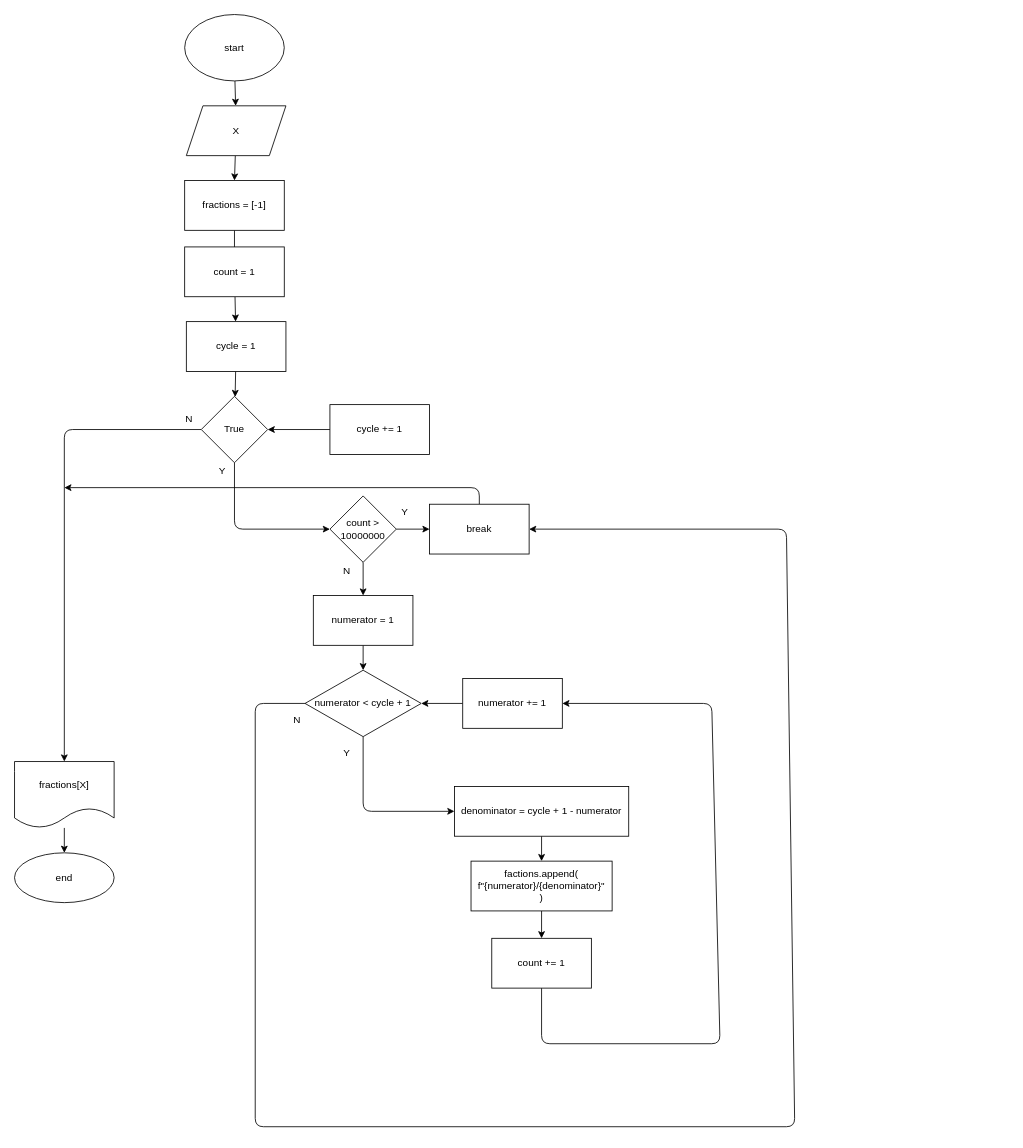
Earlier version of the draw.io diagram stage/The most wrong question/1193.drawio (Gyeongrok-Oh/boj). Source tidied: cells renumbered, new cells numbered last; positions are measured from the earlier drawing's top-left corner, leaving out a move shared by most shapes. Both pictures are drawn from the tidied source at 83%, with x=0, y=0 at pixel (14, 14).
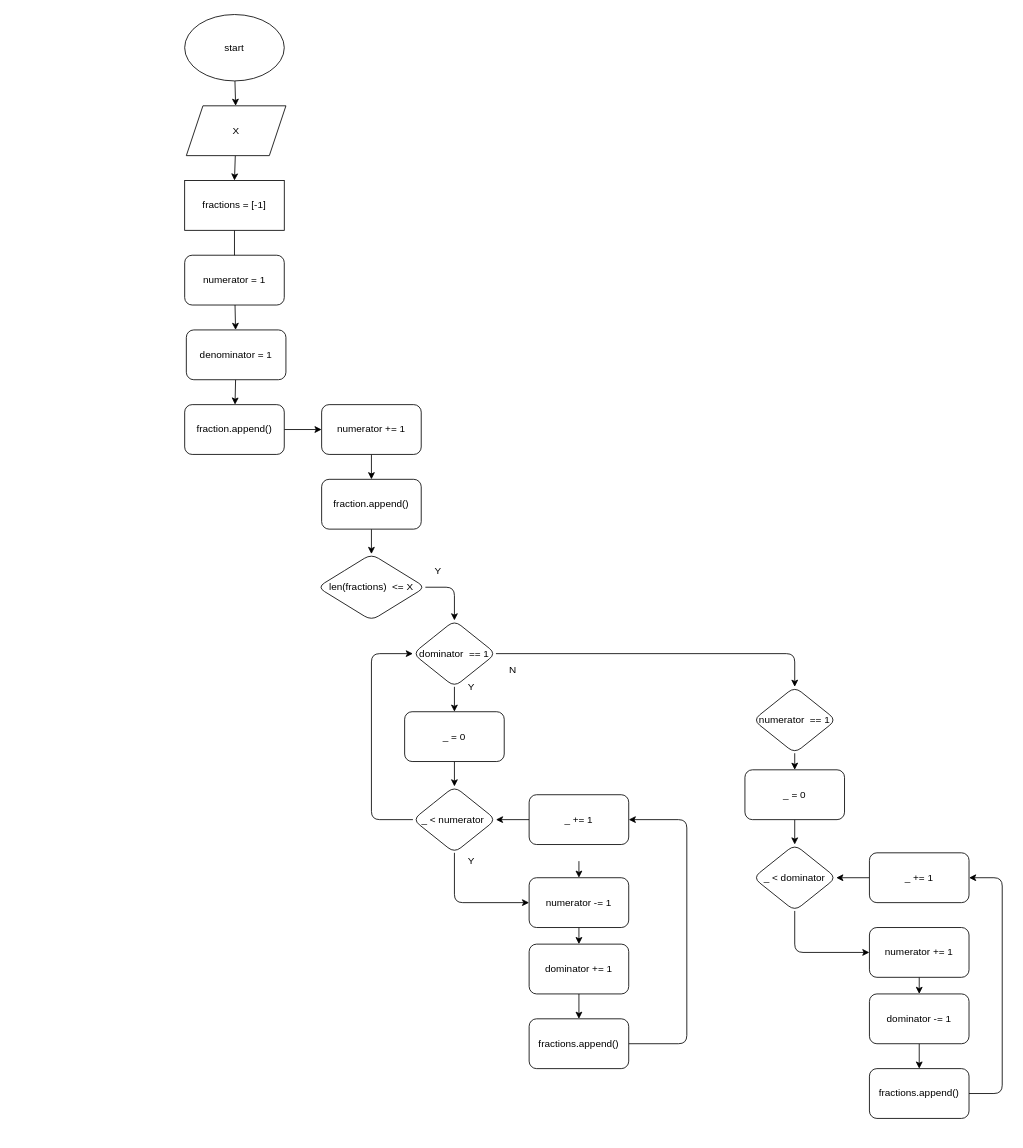
The same diagram, later.

Change to the diagram source:
```diff
@@
-    <mxCell id="6" style="edgeStyle=none;html=1;" parent="1" edge="1" source="8">
-      <mxGeometry relative="1" as="geometry">
-        <mxPoint x="380" y="620" as="targetPoint" />
-        <Array as="points">
-          <mxPoint x="265" y="620" />
-        </Array>
-      </mxGeometry>
-    </mxCell>
-    <mxCell id="7" style="edgeStyle=none;html=1;entryX=0.5;entryY=0;entryDx=0;entryDy=0;" parent="1" edge="1" source="8" target="25">
-      <mxGeometry relative="1" as="geometry">
-        <Array as="points">
-          <mxPoint x="60" y="500" />
-        </Array>
-      </mxGeometry>
-    </mxCell>
-    <mxCell id="8" value="True" style="rhombus;whiteSpace=wrap;html=1;" parent="1" vertex="1">
-      <mxGeometry x="225" y="460" width="80" height="80" as="geometry" />
-    </mxCell>
-    <mxCell id="9" style="edgeStyle=none;html=1;" parent="1" edge="1" source="10" target="8">
-      <mxGeometry relative="1" as="geometry" />
-    </mxCell>
-    <mxCell id="10" value="cycle = 1" style="whiteSpace=wrap;html=1;" parent="1" vertex="1">
-      <mxGeometry x="207" y="370" width="120" height="60" as="geometry" />
-    </mxCell>
-    <mxCell id="11" style="edgeStyle=none;html=1;" parent="1" edge="1" source="12" target="10">
-      <mxGeometry relative="1" as="geometry" />
-    </mxCell>
-    <mxCell id="12" value="count = 1" style="whiteSpace=wrap;html=1;" parent="1" vertex="1">
-      <mxGeometry x="205" y="280" width="120" height="60" as="geometry" />
-    </mxCell>
-    <mxCell id="13" style="edgeStyle=none;html=1;entryX=1;entryY=0.5;entryDx=0;entryDy=0;" parent="1" edge="1" source="14" target="8">
-      <mxGeometry relative="1" as="geometry" />
-    </mxCell>
-    <mxCell id="14" value="cycle += 1" style="whiteSpace=wrap;html=1;" parent="1" vertex="1">
-      <mxGeometry x="380" y="470" width="120" height="60" as="geometry" />
-    </mxCell>
-    <mxCell id="15" style="edgeStyle=none;html=1;" parent="1" edge="1" source="17" target="21">
-      <mxGeometry relative="1" as="geometry" />
-    </mxCell>
-    <mxCell id="16" style="edgeStyle=none;html=1;" parent="1" edge="1" source="17" target="30">
-      <mxGeometry relative="1" as="geometry" />
-    </mxCell>
-    <mxCell id="17" value="count &amp;gt; 10000000" style="rhombus;whiteSpace=wrap;html=1;" parent="1" vertex="1">
-      <mxGeometry x="380" y="580" width="80" height="80" as="geometry" />
-    </mxCell>
@@
-    <mxCell id="20" style="edgeStyle=none;html=1;" parent="1" edge="1" source="21">
-      <mxGeometry relative="1" as="geometry">
-        <mxPoint x="60" y="570" as="targetPoint" />
-        <Array as="points">
-          <mxPoint x="560" y="570" />
-        </Array>
-      </mxGeometry>
-    </mxCell>
-    <mxCell id="21" value="break" style="whiteSpace=wrap;html=1;" parent="1" vertex="1">
-      <mxGeometry x="500" y="590" width="120" height="60" as="geometry" />
-    </mxCell>
-    <mxCell id="22" value="Y" style="text;html=1;align=center;verticalAlign=middle;strokeColor=none;fillColor=none;" parent="1" vertex="1">
-      <mxGeometry x="240" y="540" width="20" height="20" as="geometry" />
-    </mxCell>
-    <mxCell id="23" value="N" style="text;html=1;align=center;verticalAlign=middle;strokeColor=none;fillColor=none;" parent="1" vertex="1">
-      <mxGeometry x="200" y="478" width="20" height="20" as="geometry" />
-    </mxCell>
-    <mxCell id="24" style="edgeStyle=none;html=1;" parent="1" edge="1" source="25" target="26">
-      <mxGeometry relative="1" as="geometry" />
-    </mxCell>
-    <mxCell id="25" value="fractions[X]" style="shape=document;whiteSpace=wrap;html=1;boundedLbl=1;" parent="1" vertex="1">
-      <mxGeometry y="900" width="120" height="80" as="geometry" />
-    </mxCell>
-    <mxCell id="26" value="end" style="ellipse;whiteSpace=wrap;html=1;" parent="1" vertex="1">
-      <mxGeometry y="1010" width="120" height="60" as="geometry" />
-    </mxCell>
-    <mxCell id="27" value="Y" style="text;html=1;align=center;verticalAlign=middle;strokeColor=none;fillColor=none;" parent="1" vertex="1">
-      <mxGeometry x="460" y="590" width="20" height="20" as="geometry" />
-    </mxCell>
-    <mxCell id="28" value="N" style="text;html=1;align=center;verticalAlign=middle;strokeColor=none;fillColor=none;" parent="1" vertex="1">
-      <mxGeometry x="390" y="660" width="20" height="20" as="geometry" />
-    </mxCell>
-    <mxCell id="29" style="edgeStyle=none;html=1;" parent="1" edge="1" source="30" target="33">
-      <mxGeometry relative="1" as="geometry" />
-    </mxCell>
-    <mxCell id="30" value="numerator = 1" style="whiteSpace=wrap;html=1;" parent="1" vertex="1">
-      <mxGeometry x="360" y="700" width="120" height="60" as="geometry" />
-    </mxCell>
-    <mxCell id="31" style="edgeStyle=none;html=1;entryX=0;entryY=0.5;entryDx=0;entryDy=0;" parent="1" edge="1" source="33" target="37">
-      <mxGeometry relative="1" as="geometry">
-        <Array as="points">
-          <mxPoint x="420" y="960" />
-        </Array>
-      </mxGeometry>
-    </mxCell>
-    <mxCell id="32" style="edgeStyle=none;html=1;entryX=1;entryY=0.5;entryDx=0;entryDy=0;" parent="1" edge="1" source="33" target="21">
-      <mxGeometry relative="1" as="geometry">
-        <Array as="points">
-          <mxPoint x="290" y="830" />
-          <mxPoint x="290" y="1340" />
-          <mxPoint x="940" y="1340" />
-          <mxPoint x="930" y="620" />
-        </Array>
-      </mxGeometry>
-    </mxCell>
-    <mxCell id="33" value="numerator &amp;lt; cycle + 1" style="rhombus;whiteSpace=wrap;html=1;" parent="1" vertex="1">
-      <mxGeometry x="350" y="790" width="140" height="80" as="geometry" />
-    </mxCell>
-    <mxCell id="34" style="edgeStyle=none;html=1;" parent="1" edge="1" source="35" target="33">
-      <mxGeometry relative="1" as="geometry" />
-    </mxCell>
-    <mxCell id="35" value="numerator += 1" style="whiteSpace=wrap;html=1;" parent="1" vertex="1">
-      <mxGeometry x="540" y="800" width="120" height="60" as="geometry" />
-    </mxCell>
-    <mxCell id="36" style="edgeStyle=none;html=1;" parent="1" edge="1" source="37" target="39">
-      <mxGeometry relative="1" as="geometry" />
-    </mxCell>
-    <mxCell id="37" value="denominator = cycle + 1 - numerator" style="whiteSpace=wrap;html=1;" parent="1" vertex="1">
-      <mxGeometry x="530" y="930" width="210" height="60" as="geometry" />
-    </mxCell>
-    <mxCell id="38" style="edgeStyle=none;html=1;" parent="1" edge="1" source="39" target="41">
-      <mxGeometry relative="1" as="geometry" />
-    </mxCell>
-    <mxCell id="39" value="factions.append(&lt;br&gt;f&quot;{numerator}/{denominator}&quot;&lt;br&gt;)" style="whiteSpace=wrap;html=1;" parent="1" vertex="1">
-      <mxGeometry x="550" y="1020" width="170" height="60" as="geometry" />
-    </mxCell>
-    <mxCell id="40" style="edgeStyle=none;html=1;entryX=1;entryY=0.5;entryDx=0;entryDy=0;" parent="1" edge="1" source="41" target="35">
-      <mxGeometry relative="1" as="geometry">
-        <Array as="points">
-          <mxPoint x="635" y="1240" />
-          <mxPoint x="850" y="1240" />
-          <mxPoint x="840" y="830" />
-        </Array>
-      </mxGeometry>
-    </mxCell>
-    <mxCell id="41" value="count += 1" style="whiteSpace=wrap;html=1;" parent="1" vertex="1">
-      <mxGeometry x="575" y="1113" width="120" height="60" as="geometry" />
-    </mxCell>
-    <mxCell id="42" value="Y" style="text;html=1;align=center;verticalAlign=middle;strokeColor=none;fillColor=none;" parent="1" vertex="1">
-      <mxGeometry x="390" y="880" width="20" height="20" as="geometry" />
-    </mxCell>
+    <mxCell id="44" style="edgeStyle=none;html=1;" parent="1" edge="1" source="43" target="46">
+      <mxGeometry relative="1" as="geometry" />
+    </mxCell>
-    <mxCell id="43" value="N" style="text;html=1;align=center;verticalAlign=middle;points=[];strokeColor=none;fillColor=none;" parent="1" vertex="1">
-      <mxGeometry x="330" y="840" width="20" height="20" as="geometry" />
+    <mxCell id="43" value="numerator = 1" style="rounded=1;whiteSpace=wrap;html=1;" parent="1" vertex="1">
+      <mxGeometry x="205" y="290" width="120" height="60" as="geometry" />
     </mxCell>
+    <mxCell id="45" style="edgeStyle=none;html=1;" parent="1" edge="1" source="46" target="48">
+      <mxGeometry relative="1" as="geometry" />
+    </mxCell>
+    <mxCell id="46" value="denominator = 1" style="whiteSpace=wrap;html=1;rounded=1;" parent="1" vertex="1">
+      <mxGeometry x="207" y="380" width="120" height="60" as="geometry" />
+    </mxCell>
+    <mxCell id="47" style="edgeStyle=none;html=1;" parent="1" edge="1" source="48" target="50">
+      <mxGeometry relative="1" as="geometry" />
+    </mxCell>
+    <mxCell id="48" value="fraction.append()" style="whiteSpace=wrap;html=1;rounded=1;" parent="1" vertex="1">
+      <mxGeometry x="205" y="470" width="120" height="60" as="geometry" />
+    </mxCell>
+    <mxCell id="49" style="edgeStyle=none;html=1;" parent="1" edge="1" source="50" target="52">
+      <mxGeometry relative="1" as="geometry" />
+    </mxCell>
+    <mxCell id="50" value="numerator += 1" style="whiteSpace=wrap;html=1;rounded=1;" parent="1" vertex="1">
+      <mxGeometry x="370" y="470" width="120" height="60" as="geometry" />
+    </mxCell>
+    <mxCell id="51" style="edgeStyle=none;html=1;" parent="1" edge="1" source="52" target="57">
+      <mxGeometry relative="1" as="geometry" />
+    </mxCell>
+    <mxCell id="52" value="fraction.append()" style="whiteSpace=wrap;html=1;rounded=1;" parent="1" vertex="1">
+      <mxGeometry x="370" y="560" width="120" height="60" as="geometry" />
+    </mxCell>
+    <mxCell id="53" style="edgeStyle=none;html=1;" parent="1" edge="1" source="55" target="66">
+      <mxGeometry relative="1" as="geometry" />
+    </mxCell>
+    <mxCell id="54" style="edgeStyle=none;html=1;" parent="1" edge="1" source="55" target="60">
+      <mxGeometry relative="1" as="geometry">
+        <Array as="points">
+          <mxPoint x="940" y="770" />
+        </Array>
+      </mxGeometry>
+    </mxCell>
+    <mxCell id="55" value="dominator&amp;nbsp; == 1" style="rhombus;whiteSpace=wrap;html=1;rounded=1;" parent="1" vertex="1">
+      <mxGeometry x="480" y="730" width="100" height="80" as="geometry" />
+    </mxCell>
+    <mxCell id="56" style="edgeStyle=none;html=1;entryX=0.5;entryY=0;entryDx=0;entryDy=0;" parent="1" edge="1" source="57" target="55">
+      <mxGeometry relative="1" as="geometry">
+        <Array as="points">
+          <mxPoint x="530" y="690" />
+        </Array>
+      </mxGeometry>
+    </mxCell>
+    <mxCell id="57" value="len(fractions)&amp;nbsp; &amp;lt;= X" style="rhombus;whiteSpace=wrap;html=1;rounded=1;" parent="1" vertex="1">
+      <mxGeometry x="365" y="650" width="130" height="80" as="geometry" />
+    </mxCell>
+    <mxCell id="58" value="Y" style="text;html=1;align=center;verticalAlign=middle;strokeColor=none;fillColor=none;" parent="1" vertex="1">
+      <mxGeometry x="500" y="660" width="20" height="20" as="geometry" />
+    </mxCell>
+    <mxCell id="59" style="edgeStyle=none;html=1;" parent="1" edge="1" source="60" target="79">
+      <mxGeometry relative="1" as="geometry" />
+    </mxCell>
+    <mxCell id="60" value="numerator&amp;nbsp; == 1" style="rhombus;whiteSpace=wrap;html=1;rounded=1;" parent="1" vertex="1">
+      <mxGeometry x="890" y="810" width="100" height="80" as="geometry" />
+    </mxCell>
+    <mxCell id="61" style="edgeStyle=none;html=1;" parent="1" edge="1" source="62" target="64">
+      <mxGeometry relative="1" as="geometry" />
+    </mxCell>
+    <mxCell id="62" value="numerator -= 1" style="whiteSpace=wrap;html=1;rounded=1;" parent="1" vertex="1">
+      <mxGeometry x="620" y="1040" width="120" height="60" as="geometry" />
+    </mxCell>
+    <mxCell id="63" style="edgeStyle=none;html=1;" parent="1" edge="1" source="64" target="74">
+      <mxGeometry relative="1" as="geometry" />
+    </mxCell>
+    <mxCell id="64" value="dominator += 1" style="whiteSpace=wrap;html=1;rounded=1;" parent="1" vertex="1">
+      <mxGeometry x="620" y="1120" width="120" height="60" as="geometry" />
+    </mxCell>
+    <mxCell id="65" style="edgeStyle=none;html=1;" parent="1" edge="1" source="66" target="70">
+      <mxGeometry relative="1" as="geometry" />
+    </mxCell>
+    <mxCell id="66" value="_ = 0" style="whiteSpace=wrap;html=1;rounded=1;" parent="1" vertex="1">
+      <mxGeometry x="470" y="840" width="120" height="60" as="geometry" />
+    </mxCell>
+    <mxCell id="67" style="edgeStyle=none;html=1;entryX=0.5;entryY=0;entryDx=0;entryDy=0;" parent="1" edge="1" target="62">
+      <mxGeometry relative="1" as="geometry">
+        <mxPoint x="680" y="1020" as="sourcePoint" />
+      </mxGeometry>
+    </mxCell>
+    <mxCell id="68" style="edgeStyle=none;html=1;entryX=0;entryY=0.5;entryDx=0;entryDy=0;" parent="1" edge="1" source="70" target="62">
+      <mxGeometry relative="1" as="geometry">
+        <Array as="points">
+          <mxPoint x="530" y="1070" />
+        </Array>
+      </mxGeometry>
+    </mxCell>
+    <mxCell id="69" style="edgeStyle=none;html=1;entryX=0;entryY=0.5;entryDx=0;entryDy=0;" parent="1" edge="1" source="70" target="55">
+      <mxGeometry relative="1" as="geometry">
+        <Array as="points">
+          <mxPoint x="430" y="970" />
+          <mxPoint x="430" y="770" />
+        </Array>
+      </mxGeometry>
+    </mxCell>
+    <mxCell id="70" value="_ &amp;lt; numerator&amp;nbsp;" style="rhombus;whiteSpace=wrap;html=1;rounded=1;" parent="1" vertex="1">
+      <mxGeometry x="480" y="930" width="100" height="80" as="geometry" />
+    </mxCell>
+    <mxCell id="71" style="edgeStyle=none;html=1;" parent="1" edge="1" source="72" target="70">
+      <mxGeometry relative="1" as="geometry" />
+    </mxCell>
+    <mxCell id="72" value="_ += 1" style="whiteSpace=wrap;html=1;rounded=1;" parent="1" vertex="1">
+      <mxGeometry x="620" y="940" width="120" height="60" as="geometry" />
+    </mxCell>
+    <mxCell id="73" style="edgeStyle=none;html=1;entryX=1;entryY=0.5;entryDx=0;entryDy=0;" parent="1" edge="1" source="74" target="72">
+      <mxGeometry relative="1" as="geometry">
+        <Array as="points">
+          <mxPoint x="810" y="1240" />
+          <mxPoint x="810" y="970" />
+        </Array>
+      </mxGeometry>
+    </mxCell>
+    <mxCell id="74" value="fractions.append()" style="whiteSpace=wrap;html=1;rounded=1;" parent="1" vertex="1">
+      <mxGeometry x="620" y="1210" width="120" height="60" as="geometry" />
+    </mxCell>
+    <mxCell id="75" value="Y" style="text;html=1;align=center;verticalAlign=middle;strokeColor=none;fillColor=none;" parent="1" vertex="1">
+      <mxGeometry x="540" y="1010" width="20" height="20" as="geometry" />
+    </mxCell>
+    <mxCell id="76" value="Y" style="text;html=1;align=center;verticalAlign=middle;strokeColor=none;fillColor=none;" parent="1" vertex="1">
+      <mxGeometry x="540" y="800" width="20" height="20" as="geometry" />
+    </mxCell>
+    <mxCell id="77" value="N" style="text;html=1;align=center;verticalAlign=middle;strokeColor=none;fillColor=none;" parent="1" vertex="1">
+      <mxGeometry x="590" y="780" width="20" height="20" as="geometry" />
+    </mxCell>
+    <mxCell id="78" style="edgeStyle=none;html=1;" parent="1" edge="1" source="79" target="81">
+      <mxGeometry relative="1" as="geometry" />
+    </mxCell>
+    <mxCell id="79" value="_ = 0" style="whiteSpace=wrap;html=1;rounded=1;" parent="1" vertex="1">
+      <mxGeometry x="880" y="910" width="120" height="60" as="geometry" />
+    </mxCell>
+    <mxCell id="80" style="edgeStyle=none;html=1;" parent="1" edge="1" source="81" target="85">
+      <mxGeometry relative="1" as="geometry">
+        <Array as="points">
+          <mxPoint x="940" y="1130" />
+        </Array>
+      </mxGeometry>
+    </mxCell>
+    <mxCell id="81" value="_ &amp;lt; dominator" style="rhombus;whiteSpace=wrap;html=1;rounded=1;" parent="1" vertex="1">
+      <mxGeometry x="890" y="1000" width="100" height="80" as="geometry" />
+    </mxCell>
+    <mxCell id="82" style="edgeStyle=none;html=1;" parent="1" edge="1" source="83" target="81">
+      <mxGeometry relative="1" as="geometry" />
+    </mxCell>
+    <mxCell id="83" value="_ += 1" style="whiteSpace=wrap;html=1;rounded=1;" parent="1" vertex="1">
+      <mxGeometry x="1030" y="1010" width="120" height="60" as="geometry" />
+    </mxCell>
+    <mxCell id="84" style="edgeStyle=none;html=1;" parent="1" edge="1" source="85" target="87">
+      <mxGeometry relative="1" as="geometry" />
+    </mxCell>
+    <mxCell id="85" value="numerator += 1" style="whiteSpace=wrap;html=1;rounded=1;" parent="1" vertex="1">
+      <mxGeometry x="1030" y="1100" width="120" height="60" as="geometry" />
+    </mxCell>
+    <mxCell id="86" style="edgeStyle=none;html=1;" parent="1" edge="1" source="87" target="89">
+      <mxGeometry relative="1" as="geometry" />
+    </mxCell>
+    <mxCell id="87" value="dominator -= 1" style="whiteSpace=wrap;html=1;rounded=1;" parent="1" vertex="1">
+      <mxGeometry x="1030" y="1180" width="120" height="60" as="geometry" />
+    </mxCell>
+    <mxCell id="88" style="edgeStyle=none;html=1;entryX=1;entryY=0.5;entryDx=0;entryDy=0;" parent="1" edge="1" source="89" target="83">
+      <mxGeometry relative="1" as="geometry">
+        <Array as="points">
+          <mxPoint x="1190" y="1300" />
+          <mxPoint x="1190" y="1040" />
+        </Array>
+      </mxGeometry>
+    </mxCell>
+    <mxCell id="89" value="fractions.append()" style="whiteSpace=wrap;html=1;rounded=1;" parent="1" vertex="1">
+      <mxGeometry x="1030" y="1270" width="120" height="60" as="geometry" />
+    </mxCell>
```
